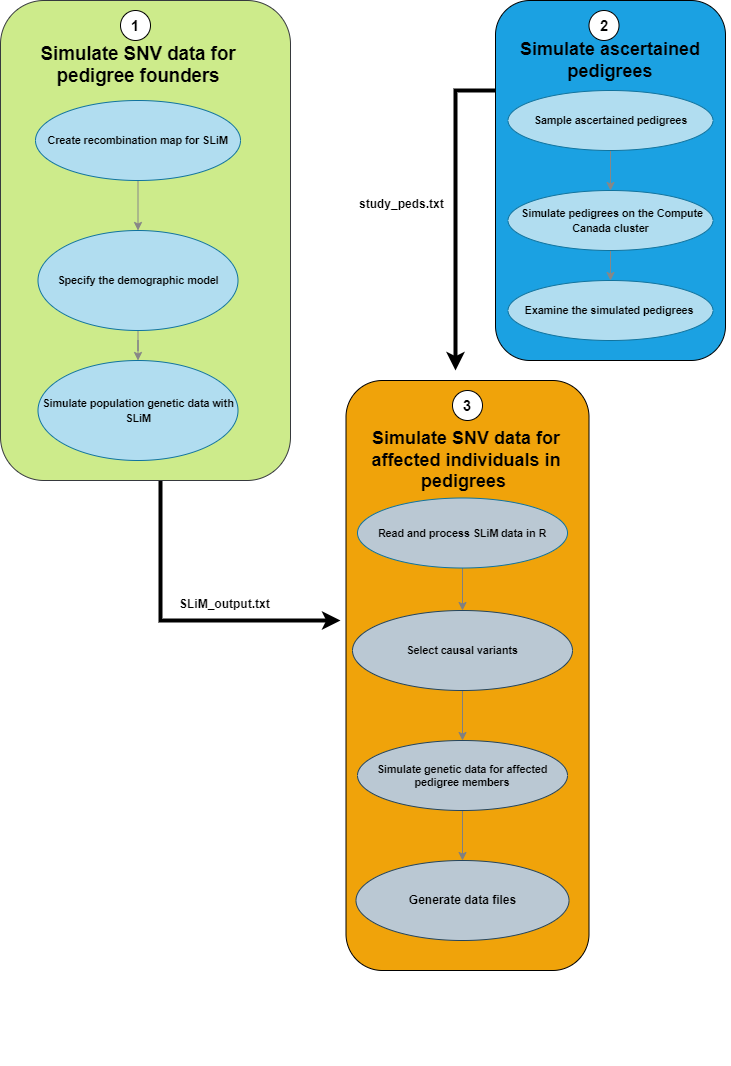
Before: SLiM/Flow Chart.png, a diagram exported from draw.io (SFUStatgen/SeqFamStudy). Source tidied: cells renumbered, new cells last; positions are measured from the earlier drawing's top-left corner, leaving out a move shared by most shapes.
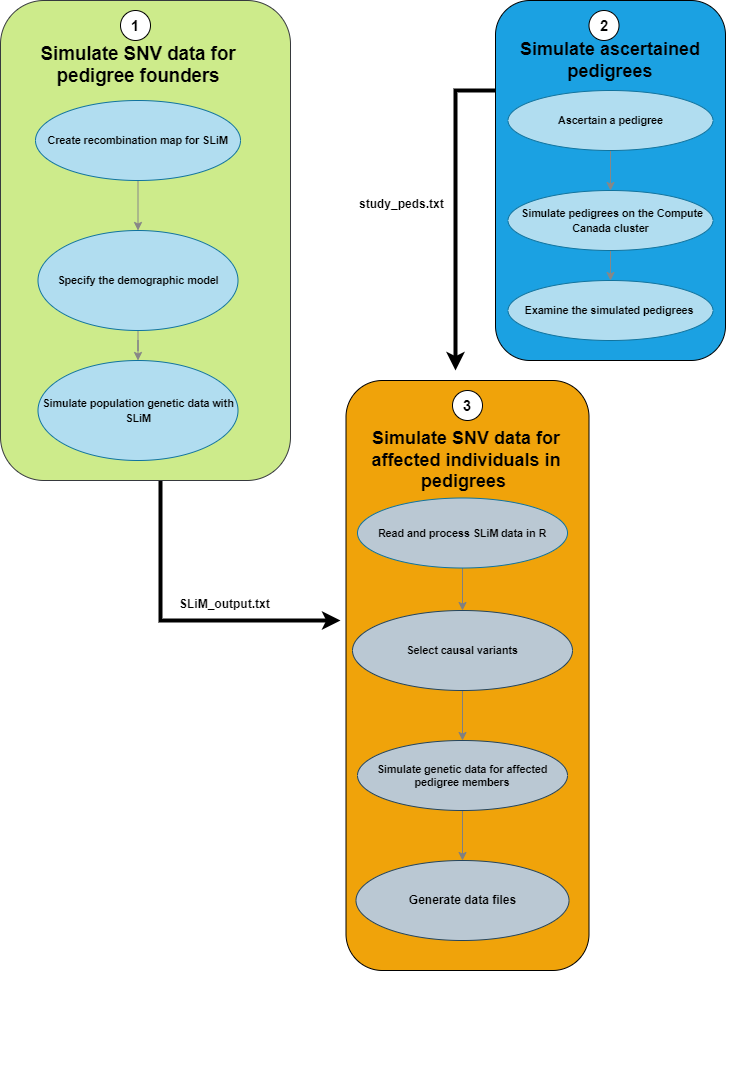
After the commit.

Commit message:
Added changes to flow chart

Change to the diagram source:
```diff
@@ -101,7 +101,7 @@
     <mxCell id="28" style="edgeStyle=orthogonalEdgeStyle;rounded=0;jettySize=auto;html=1;strokeColor=#878787;entryX=0.5;entryY=0;entryDx=0;entryDy=0;" parent="1" edge="1" source="29" target="31">
       <mxGeometry relative="1" as="geometry" />
     </mxCell>
-    <mxCell id="29" value="&lt;b style=&quot;font-weight: normal&quot; id=&quot;docs-internal-guid-c6636461-7fff-0a89-edd0-ae317dbcf1ce&quot;&gt;&lt;span style=&quot;font-size: 8pt ; font-family: &amp;#34;arial&amp;#34; ; color: rgb(0 , 0 , 0) ; background-color: transparent ; font-weight: 700 ; font-style: normal ; font-variant: normal ; text-decoration: none ; vertical-align: baseline&quot;&gt;Sample ascertained pedigrees&lt;br&gt;&lt;/span&gt;&lt;/b&gt;" style="ellipse;whiteSpace=wrap;html=1;rounded=0;sketch=0;strokeColor=#10739e;fillColor=#b1ddf0;" parent="1" vertex="1">
+    <mxCell id="29" value="&lt;b style=&quot;font-weight: normal&quot; id=&quot;docs-internal-guid-c6636461-7fff-0a89-edd0-ae317dbcf1ce&quot;&gt;&lt;span style=&quot;font-size: 8pt ; font-family: &amp;#34;arial&amp;#34; ; color: rgb(0 , 0 , 0) ; background-color: transparent ; font-weight: 700 ; font-style: normal ; font-variant: normal ; text-decoration: none ; vertical-align: baseline&quot;&gt;Ascertain a pedigree&lt;br&gt;&lt;/span&gt;&lt;/b&gt;" style="ellipse;whiteSpace=wrap;html=1;rounded=0;sketch=0;strokeColor=#10739e;fillColor=#b1ddf0;" parent="1" vertex="1">
       <mxGeometry x="507.5" y="90" width="205" height="60" as="geometry" />
     </mxCell>
     <mxCell id="30" style="edgeStyle=orthogonalEdgeStyle;rounded=0;jettySize=auto;html=1;strokeColor=#878787;" parent="1" edge="1" source="31" target="32">
```
